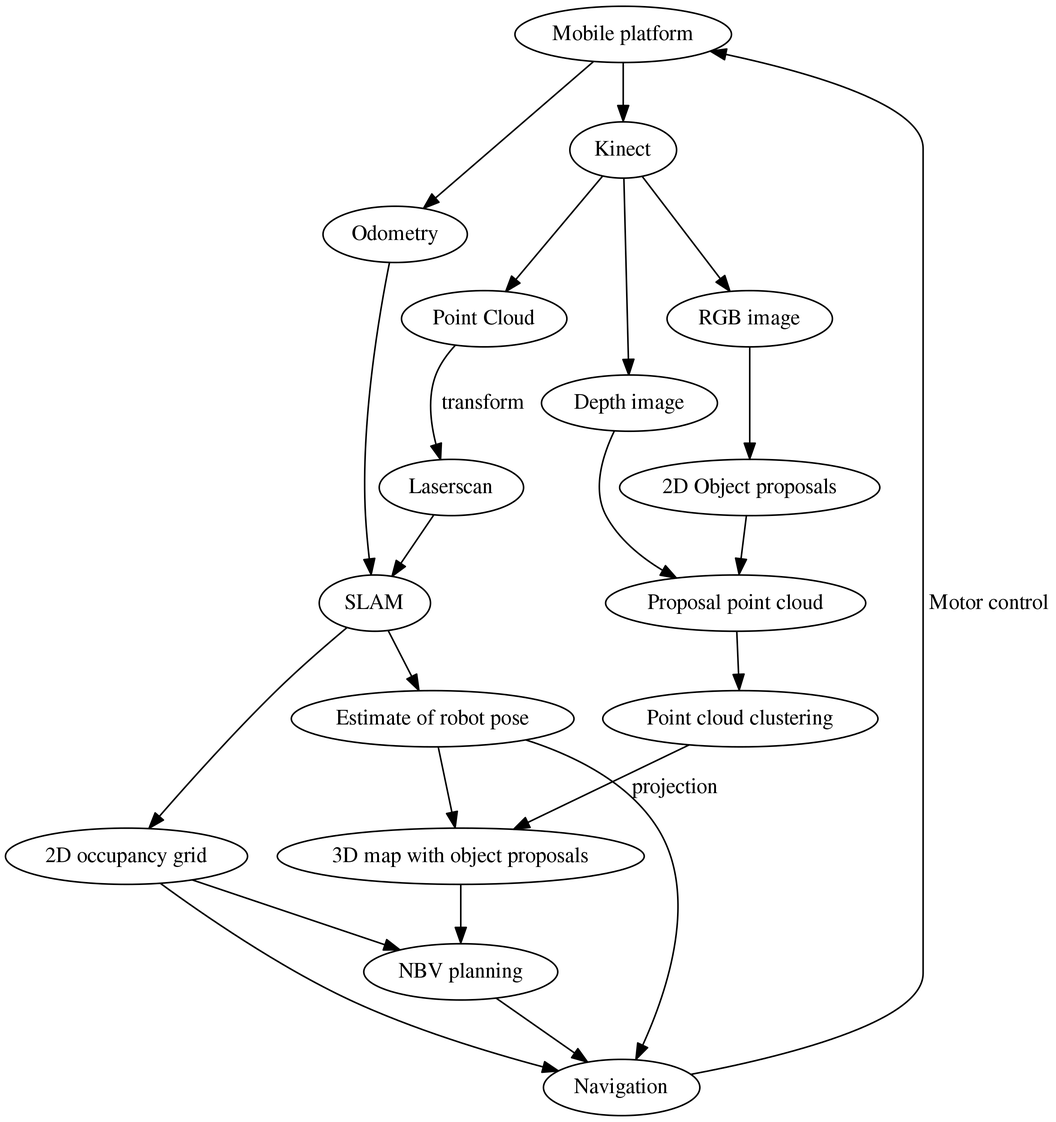
The Graphviz diagram final_report/dot/overview.png in Fabse92/cv_project, before a commit. Its source is kept beside it as final_report/dot/overview.dot.
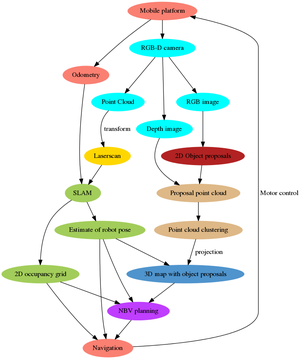
After the commit.

Commit message:
system overview

Diff of the diagram source:
```diff
@@ -1,25 +1,44 @@
 digraph G {
-  graph [ dpi = 300 ];
-	"Mobile platform" -> "Kinect"
-	"Mobile platform" -> "Odometry"
-	"Kinect" -> "RGB image"
-	"Kinect" -> "Depth image"
-	"Odometry" -> "SLAM"
-	"Kinect" -> "Point Cloud"
-	"Point Cloud" -> "Laserscan" [label = " transform"]
-	"Depth image" -> "Proposal point cloud"
-	"Laserscan" -> "SLAM"
-	"RGB image" -> "2D Object proposals"
-	"SLAM" -> "2D occupancy grid"
-	"SLAM" -> "Estimate of robot pose"
-	"2D Object proposals" -> "Proposal point cloud"
-	"Proposal point cloud" -> "Point cloud clustering"
-	"Point cloud clustering" -> "3D map with object proposals" [label = " projection"]
-	"Estimate of robot pose" -> "3D map with object proposals"
-	"3D map with object proposals" -> "NBV planning"
-	"2D occupancy grid" -> "NBV planning"
-	"NBV planning" -> "Navigation"
-	"2D occupancy grid" -> "Navigation"
-	"Estimate of robot pose" -> "Navigation"
-	"Navigation" -> "Mobile platform" [label = " Motor control"]
+  graph [fontname = "Helvetica-Oblique", fontsize = 36];
+  node [color = white, style = filled];
+  "Mobile platform" [color = salmon];
+  "RGB-D camera" [color = cyan];
+	"Mobile platform" -> "RGB-D camera";
+	"Mobile platform" -> "Odometry";
+	"RGB-D camera" -> "RGB image";
+	"RGB image" [color = cyan];
+	"RGB-D camera" [color = cyan];
+	"Depth image" [color = cyan];
+	"RGB-D camera" -> "Depth image";
+  "Odometry" [color = salmon];
+	"Odometry" -> "SLAM";
+	"Point Cloud" [color = cyan];
+	"RGB-D camera" -> "Point Cloud";
+	"Laserscan" [color = gold];
+	"Point Cloud" -> "Laserscan" [label = " transform"];
+	"Proposal point cloud" [color = burlywood];
+	"Depth image" -> "Proposal point cloud";
+	"Laserscan" -> "SLAM";
+	"2D Object proposals" [color = firebrick];
+	"RGB image" -> "2D Object proposals";
+	"SLAM" [color = darkolivegreen3];
+	"2D occupancy grid" [color = darkolivegreen3];
+	"SLAM" -> "2D occupancy grid";
+	"Estimate of robot pose" [color = darkolivegreen3];
+	"SLAM" -> "Estimate of robot pose";
+	"2D Object proposals" -> "Proposal point cloud";
+	"Point cloud clustering" [color = burlywood];
+	"Proposal point cloud" -> "Point cloud clustering";
+	"3D map with object proposals" [color = steelblue3];
+	"Point cloud clustering" -> "3D map with object proposals" [label = " projection"];
+	"Estimate of robot pose" -> "3D map with object proposals";
+	"NBV planning" [color = darkorchid1];
+	"3D map with object proposals" -> "NBV planning";
+	"2D occupancy grid" -> "NBV planning";
+  "Navigation" [color = salmon];
+	"NBV planning" -> "Navigation";
+	"2D occupancy grid" -> "Navigation";
+	"Estimate of robot pose" -> "Navigation";
+	"Estimate of robot pose" -> "NBV planning";
+	"Navigation" -> "Mobile platform" [label = " Motor control"];
 }
```
